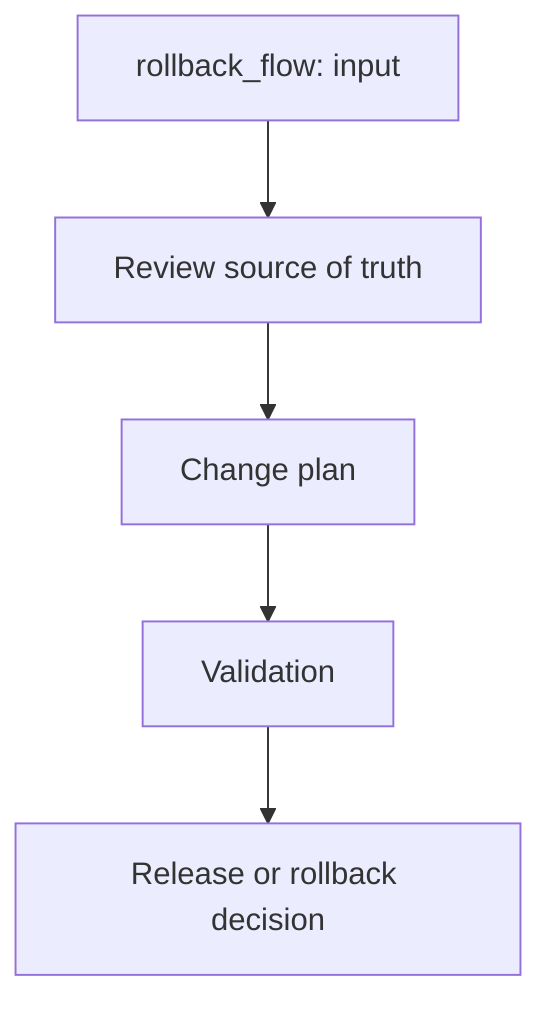
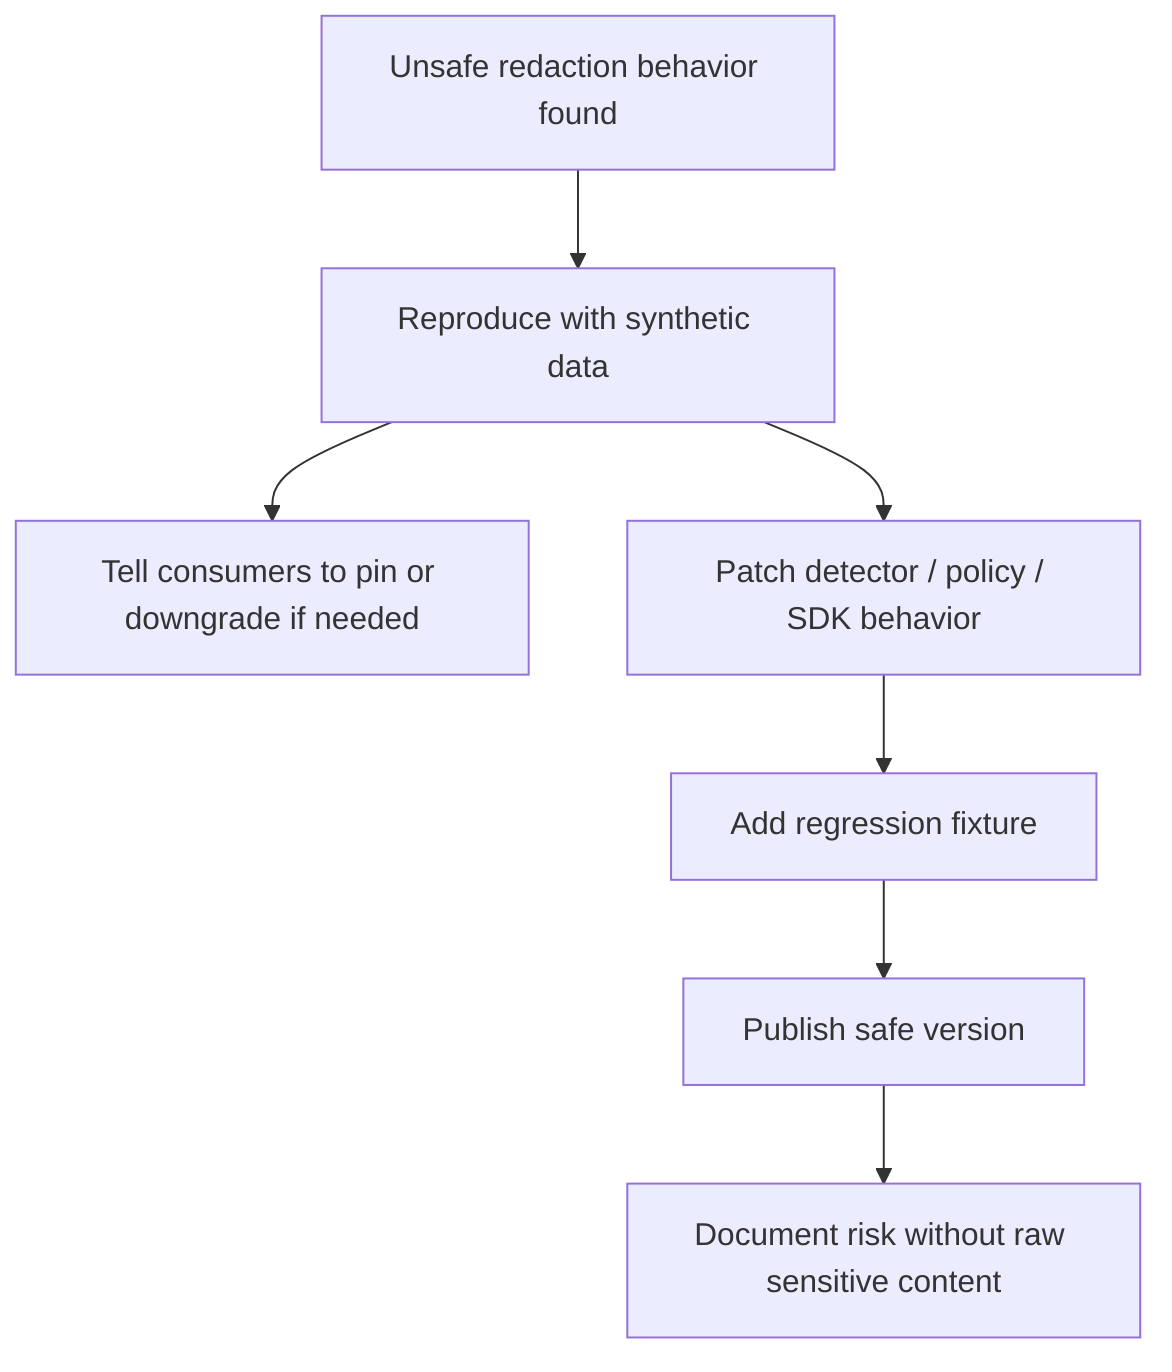
flowchart TD
-   A["rollback_flow: input"] --> B["Review source of truth"]
-   B --> C["Change plan"]
-   C --> D["Validation"]
-   D --> E["Release or rollback decision"]
+   Incident["Unsafe redaction behavior found"] --> Triage["Reproduce with synthetic data"]
+   Triage --> Pin["Tell consumers to pin or downgrade if needed"]
+   Triage --> Fix["Patch detector / policy / SDK behavior"]
+   Fix --> Regression["Add regression fixture"]
+   Regression --> Release["Publish safe version"]
+   Release --> Note["Document risk without raw sensitive content"]
